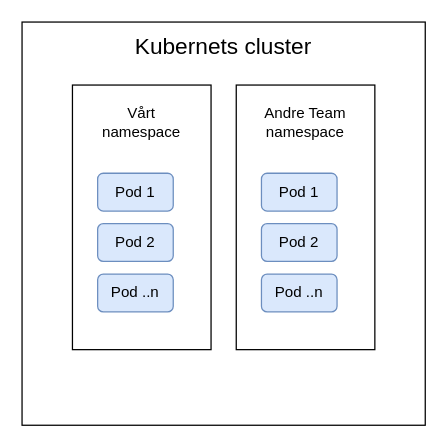
langvatn/docs keeps this draw.io diagram as drift-dolly.drawio. Above is the earlier version. Source tidied: cells renumbered, new cells numbered last; positions are measured from the earlier drawing's top-left corner, leaving out a move shared by most shapes. Both pictures are drawn from the tidied source at 126%, with x=0, y=0 at pixel (21, 21).
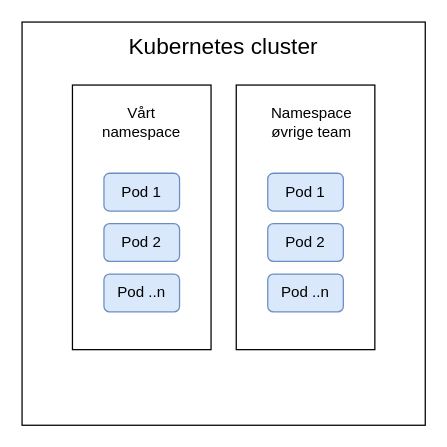
After the change.

Change to the diagram source:
```diff
@@
 <mxGraphModel>
   <root>
     <mxCell id="0" />
     <mxCell id="1" parent="0" />
     <mxCell id="2" style="rounded=0;whiteSpace=wrap;html=1;" parent="1" vertex="1">
       <mxGeometry width="320" height="320" as="geometry" />
     </mxCell>
-    <mxCell id="3" value="&lt;font style=&quot;font-size: 18px&quot;&gt;Kubernets cluster&lt;/font&gt;" style="text;html=1;strokeColor=none;fillColor=none;align=center;verticalAlign=middle;whiteSpace=wrap;rounded=0;" parent="1" vertex="1">
+    <mxCell id="3" value="&lt;span style=&quot;font-size: 18px&quot;&gt;Kubernetes cluster&lt;/span&gt;" style="text;html=1;strokeColor=none;fillColor=none;align=center;verticalAlign=middle;whiteSpace=wrap;rounded=0;" parent="1" vertex="1">
       <mxGeometry x="50" y="5" width="220" height="30" as="geometry" />
     </mxCell>
     <mxCell id="4" style="rounded=0;whiteSpace=wrap;html=1;" parent="1" vertex="1">
       <mxGeometry x="40" y="50" width="110" height="210" as="geometry" />
     </mxCell>
     <mxCell id="5" value="Vårt&lt;br&gt;namespace" style="text;html=1;strokeColor=none;fillColor=none;align=center;verticalAlign=middle;whiteSpace=wrap;rounded=0;" parent="1" vertex="1">
       <mxGeometry x="60" y="70" width="70" height="20" as="geometry" />
     </mxCell>
     <mxCell id="6" value="Pod 1" style="rounded=1;whiteSpace=wrap;html=1;fillColor=#dae8fc;strokeColor=#6c8ebf;" parent="1" vertex="1">
-      <mxGeometry x="60" y="120" width="60" height="30" as="geometry" />
+      <mxGeometry x="65" y="120" width="60" height="30" as="geometry" />
     </mxCell>
     <mxCell id="7" value="Pod 2" style="rounded=1;whiteSpace=wrap;html=1;fillColor=#dae8fc;strokeColor=#6c8ebf;" parent="1" vertex="1">
-      <mxGeometry x="60" y="160" width="60" height="30" as="geometry" />
+      <mxGeometry x="65" y="160" width="60" height="30" as="geometry" />
     </mxCell>
     <mxCell id="8" value="Pod ..n" style="rounded=1;whiteSpace=wrap;html=1;fillColor=#dae8fc;strokeColor=#6c8ebf;" parent="1" vertex="1">
-      <mxGeometry x="60" y="200" width="60" height="30" as="geometry" />
+      <mxGeometry x="65" y="200" width="60" height="30" as="geometry" />
     </mxCell>
     <mxCell id="9" style="rounded=0;whiteSpace=wrap;html=1;" parent="1" vertex="1">
       <mxGeometry x="170" y="50" width="110" height="210" as="geometry" />
     </mxCell>
-    <mxCell id="10" value="Andre Team namespace" style="text;html=1;strokeColor=none;fillColor=none;align=center;verticalAlign=middle;whiteSpace=wrap;rounded=0;" parent="1" vertex="1">
-      <mxGeometry x="190" y="70" width="70" height="20" as="geometry" />
+    <mxCell id="10" value="Namespace øvrige team" style="text;html=1;strokeColor=none;fillColor=none;align=center;verticalAlign=middle;whiteSpace=wrap;rounded=0;" parent="1" vertex="1">
+      <mxGeometry x="190" y="70" width="80" height="20" as="geometry" />
     </mxCell>
     <mxCell id="11" value="Pod 1" style="rounded=1;whiteSpace=wrap;html=1;fillColor=#dae8fc;strokeColor=#6c8ebf;" parent="1" vertex="1">
-      <mxGeometry x="190" y="120" width="60" height="30" as="geometry" />
+      <mxGeometry x="195" y="120" width="60" height="30" as="geometry" />
     </mxCell>
     <mxCell id="12" value="Pod 2" style="rounded=1;whiteSpace=wrap;html=1;fillColor=#dae8fc;strokeColor=#6c8ebf;" parent="1" vertex="1">
-      <mxGeometry x="190" y="160" width="60" height="30" as="geometry" />
+      <mxGeometry x="195" y="160" width="60" height="30" as="geometry" />
     </mxCell>
     <mxCell id="13" value="Pod ..n" style="rounded=1;whiteSpace=wrap;html=1;fillColor=#dae8fc;strokeColor=#6c8ebf;" parent="1" vertex="1">
-      <mxGeometry x="190" y="200" width="60" height="30" as="geometry" />
+      <mxGeometry x="195" y="200" width="60" height="30" as="geometry" />
     </mxCell>
   </root>
 </mxGraphModel>
```
